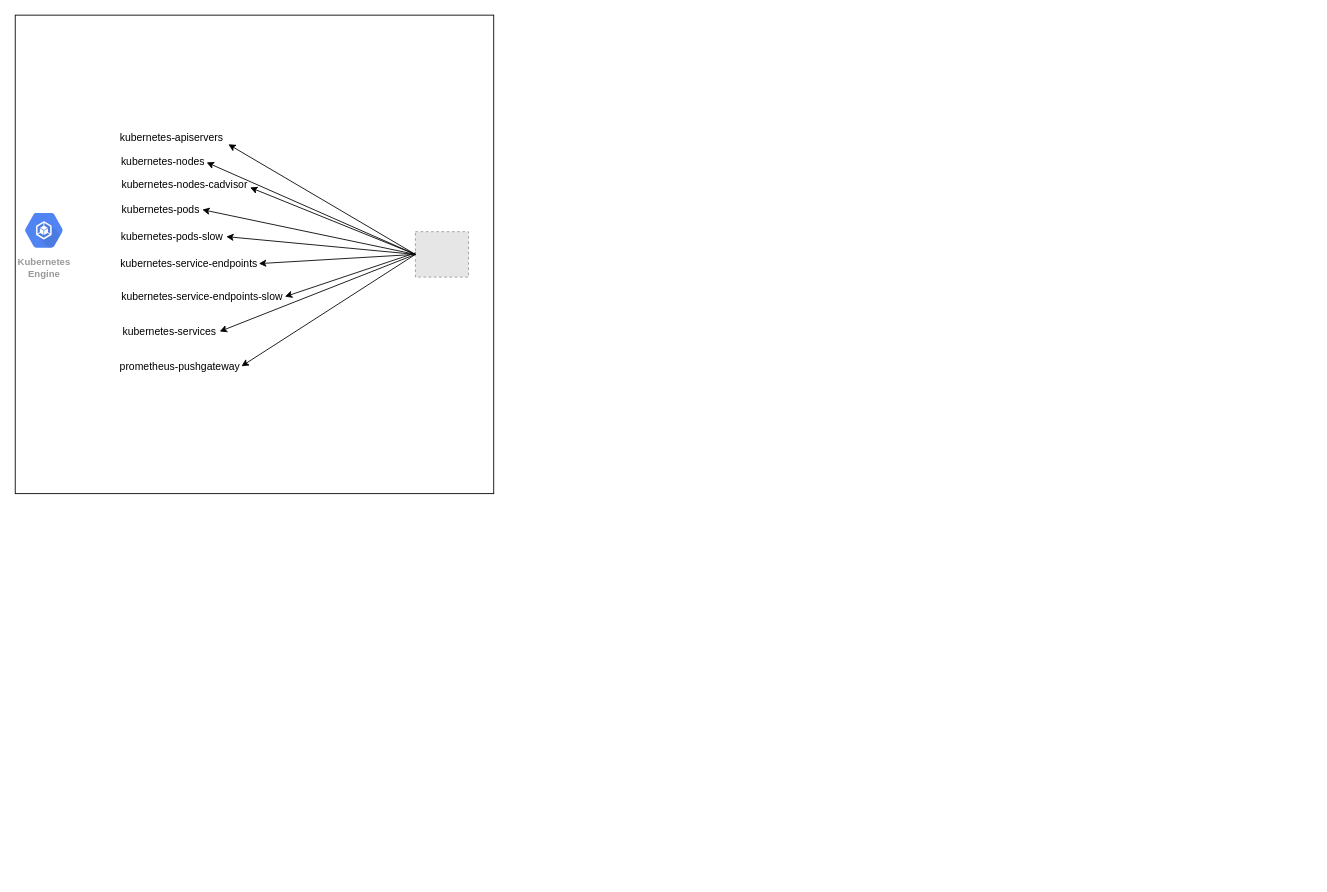
The draw.io diagram monitoring.drawio in rpksh/helloworld, before the edit. Source tidied: cells renumbered, new cells numbered last; positions are measured from the earlier drawing's top-left corner, leaving out a move shared by most shapes. Both pictures are drawn from the tidied source at 87%, with x=0, y=0 at pixel (15, 15). Pictures stored in the file or linked from it are replaced by grey dashed boxes.
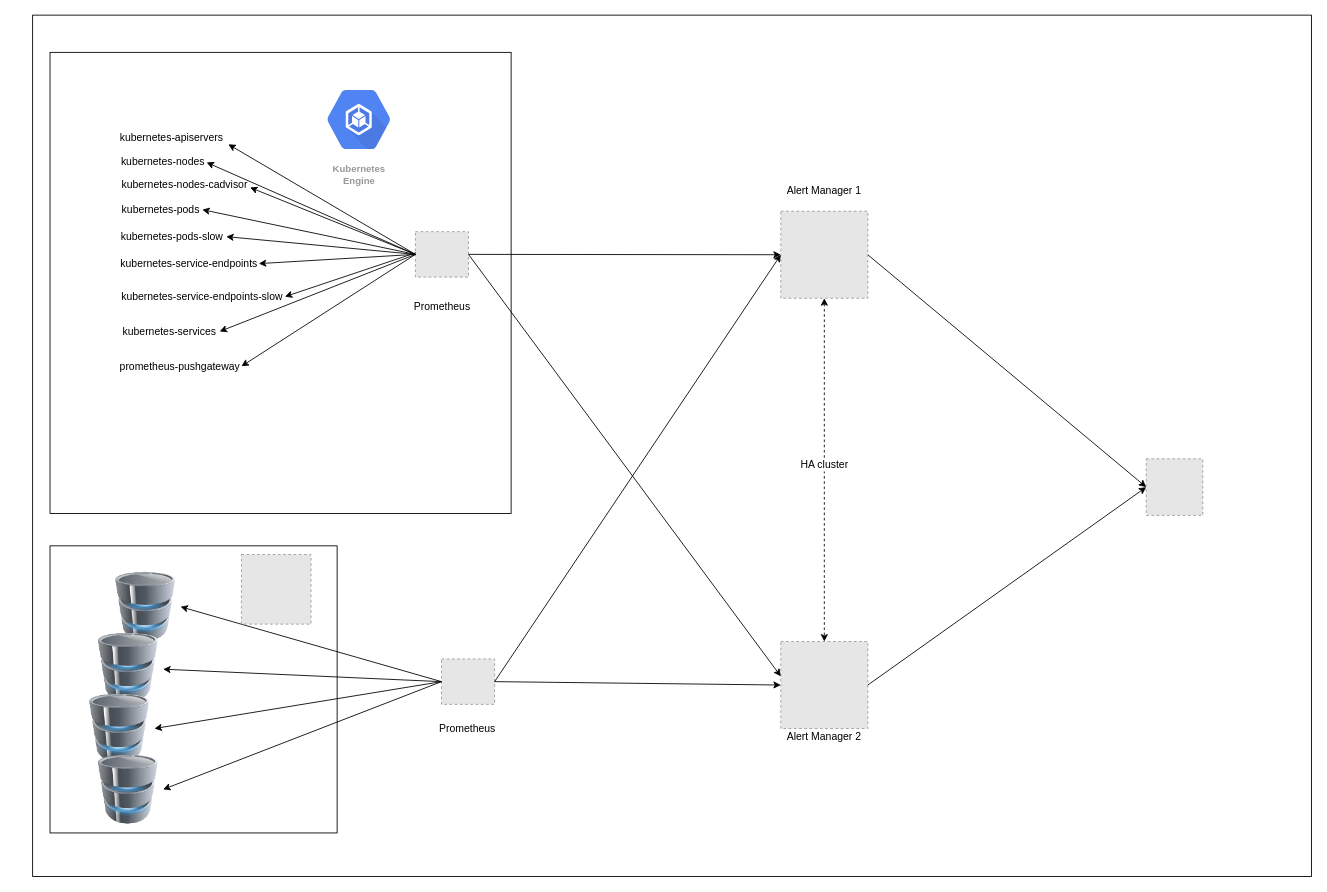
The same diagram, later.

Unchanged cells that the change refers to:
```xml
<mxCell id="13" style="fillColor=#E6E6E6;strokeColor=#999999;dashed=1;verticalLabelPosition=bottom;labelBackgroundColor=#ffffff;verticalAlign=top;" parent="1" vertex="1">
  <mxGeometry x="460" y="248.8" width="61" height="52.2" as="geometry" />
</mxCell>
```

Change to the diagram source:
```diff
@@
+    <mxCell id="23" style="rounded=0;whiteSpace=wrap;html=1;" parent="1" vertex="1">
+      <mxGeometry x="20" y="-0.1" width="1470" height="990" as="geometry" />
+    </mxCell>
+    <mxCell id="24" style="whiteSpace=wrap;html=1;" parent="1" vertex="1">
+      <mxGeometry x="40" y="609.9" width="330" height="330" as="geometry" />
+    </mxCell>
     <mxCell id="2" style="whiteSpace=wrap;html=1;" parent="1" vertex="1">
-      <mxGeometry y="-0.1" width="550" height="550" as="geometry" />
+      <mxGeometry x="40" y="42.7" width="530" height="530" as="geometry" />
     </mxCell>
     <mxCell id="3" value="Kubernetes&#10;Engine" style="html=1;fillColor=#5184F3;strokeColor=none;verticalAlign=top;labelPosition=center;verticalLabelPosition=bottom;align=center;spacingTop=-6;fontSize=11;fontStyle=1;fontColor=#999999;shape=mxgraph.gcp2.hexIcon;prIcon=container_engine;" parent="1" vertex="1">
-      <mxGeometry y="218" width="66" height="58.5" as="geometry" />
+      <mxGeometry x="340" y="69.9" width="110" height="100" as="geometry" />
     </mxCell>
@@
+    <mxCell id="25" style="fillColor=#E6E6E6;strokeColor=#999999;dashed=1;verticalLabelPosition=bottom;labelBackgroundColor=#ffffff;verticalAlign=top;" parent="1" vertex="1">
+      <mxGeometry x="490" y="739.9" width="61" height="52.2" as="geometry" />
+    </mxCell>
+    <mxCell id="26" style="image;html=1;labelBackgroundColor=#ffffff;image=img/lib/clip_art/computers/Database_128x128.png;" parent="1" vertex="1">
+      <mxGeometry x="110" y="639.9" width="80" height="80" as="geometry" />
+    </mxCell>
+    <mxCell id="27" style="endArrow=none;html=1;entryX=0;entryY=0.5;entryDx=0;entryDy=0;startArrow=classic;startFill=1;endFill=0;exitX=1;exitY=0.5;exitDx=0;exitDy=0;" parent="1" edge="1" source="26" target="25">
+      <mxGeometry relative="1" as="geometry" />
+    </mxCell>
+    <mxCell id="28" style="image;html=1;labelBackgroundColor=#ffffff;image=img/lib/clip_art/computers/Database_128x128.png;" parent="1" vertex="1">
+      <mxGeometry x="90" y="709.9" width="80" height="80" as="geometry" />
+    </mxCell>
+    <mxCell id="29" style="endArrow=none;html=1;entryX=0;entryY=0.5;entryDx=0;entryDy=0;startArrow=classic;startFill=1;endFill=0;" parent="1" edge="1" source="28" target="25">
+      <mxGeometry relative="1" as="geometry" />
+    </mxCell>
+    <mxCell id="30" style="image;html=1;labelBackgroundColor=#ffffff;image=img/lib/clip_art/computers/Database_128x128.png;" parent="1" vertex="1">
+      <mxGeometry x="80" y="779.9" width="80" height="80" as="geometry" />
+    </mxCell>
+    <mxCell id="31" style="endArrow=none;html=1;entryX=0;entryY=0.5;entryDx=0;entryDy=0;startArrow=classic;startFill=1;endFill=0;exitX=1;exitY=0.5;exitDx=0;exitDy=0;" parent="1" edge="1" source="30" target="25">
+      <mxGeometry relative="1" as="geometry" />
+    </mxCell>
+    <mxCell id="32" style="image;html=1;labelBackgroundColor=#ffffff;image=img/lib/clip_art/computers/Database_128x128.png;" parent="1" vertex="1">
+      <mxGeometry x="90" y="849.9" width="80" height="80" as="geometry" />
+    </mxCell>
+    <mxCell id="33" style="endArrow=none;html=1;startArrow=classic;startFill=1;endFill=0;exitX=1;exitY=0.5;exitDx=0;exitDy=0;entryX=0;entryY=0.5;entryDx=0;entryDy=0;" parent="1" edge="1" source="32" target="25">
+      <mxGeometry relative="1" as="geometry" />
+    </mxCell>
+    <mxCell id="34" style="fillColor=#E6E6E6;strokeColor=#999999;dashed=1;verticalLabelPosition=bottom;labelBackgroundColor=#ffffff;verticalAlign=top;" parent="1" vertex="1">
+      <mxGeometry x="260" y="619.9" width="80" height="80" as="geometry" />
+    </mxCell>
+    <mxCell id="35" style="edgeStyle=orthogonalEdgeStyle;rounded=0;jettySize=auto;html=1;entryX=0.5;entryY=0;entryDx=0;entryDy=0;startArrow=classic;startFill=1;endArrow=classic;endFill=1;dashed=1;" parent="1" edge="1" source="37" target="38">
+      <mxGeometry relative="1" as="geometry" />
+    </mxCell>
+    <mxCell id="36" value="HA cluster" style="text;html=1;align=center;verticalAlign=middle;labelBackgroundColor=#ffffff;" parent="35" vertex="1">
+      <mxGeometry x="-0.03" y="-1" relative="1" as="geometry" />
+    </mxCell>
+    <mxCell id="37" style="fillColor=#E6E6E6;strokeColor=#999999;dashed=1;verticalLabelPosition=bottom;labelBackgroundColor=#ffffff;verticalAlign=top;" parent="1" vertex="1">
+      <mxGeometry x="880" y="225.3" width="100" height="100" as="geometry" />
+    </mxCell>
+    <mxCell id="38" style="fillColor=#E6E6E6;strokeColor=#999999;dashed=1;verticalLabelPosition=bottom;labelBackgroundColor=#ffffff;verticalAlign=top;" parent="1" vertex="1">
+      <mxGeometry x="880" y="719.9" width="100" height="100" as="geometry" />
+    </mxCell>
+    <mxCell id="39" style="endArrow=classic;html=1;entryX=0;entryY=0.5;entryDx=0;entryDy=0;exitX=1;exitY=0.5;exitDx=0;exitDy=0;" parent="1" edge="1" source="25" target="37">
+      <mxGeometry relative="1" as="geometry" />
+    </mxCell>
+    <mxCell id="40" style="endArrow=classic;html=1;entryX=0;entryY=0.5;entryDx=0;entryDy=0;exitX=1;exitY=0.5;exitDx=0;exitDy=0;" parent="1" edge="1" source="25" target="38">
+      <mxGeometry relative="1" as="geometry" />
+    </mxCell>
+    <mxCell id="41" style="endArrow=classic;html=1;entryX=0;entryY=0.5;entryDx=0;entryDy=0;exitX=1;exitY=0.5;exitDx=0;exitDy=0;" parent="1" edge="1" source="13" target="37">
+      <mxGeometry relative="1" as="geometry" />
+    </mxCell>
+    <mxCell id="42" style="endArrow=classic;html=1;exitX=1;exitY=0.5;exitDx=0;exitDy=0;" parent="1" edge="1" source="13">
+      <mxGeometry relative="1" as="geometry">
+        <mxPoint x="880" y="759.9" as="targetPoint" />
+      </mxGeometry>
+    </mxCell>
+    <mxCell id="43" value="Alert Manager 1" style="text;html=1;strokeColor=none;fillColor=none;align=center;verticalAlign=middle;whiteSpace=wrap;rounded=0;" parent="1" vertex="1">
+      <mxGeometry x="880" y="192.3" width="100" height="20" as="geometry" />
+    </mxCell>
+    <mxCell id="44" value="Alert Manager 2" style="text;html=1;strokeColor=none;fillColor=none;align=center;verticalAlign=middle;whiteSpace=wrap;rounded=0;" parent="1" vertex="1">
+      <mxGeometry x="880" y="819.9" width="100" height="20" as="geometry" />
+    </mxCell>
+    <mxCell id="45" style="fillColor=#E6E6E6;strokeColor=#999999;dashed=1;verticalLabelPosition=bottom;labelBackgroundColor=#ffffff;verticalAlign=top;" parent="1" vertex="1">
+      <mxGeometry x="1300" y="509.9" width="65" height="65" as="geometry" />
+    </mxCell>
+    <mxCell id="46" style="endArrow=classic;html=1;entryX=0;entryY=0.5;entryDx=0;entryDy=0;exitX=1;exitY=0.5;exitDx=0;exitDy=0;" parent="1" edge="1" source="37" target="45">
+      <mxGeometry relative="1" as="geometry" />
+    </mxCell>
+    <mxCell id="47" style="endArrow=classic;html=1;entryX=0;entryY=0.5;entryDx=0;entryDy=0;exitX=1;exitY=0.5;exitDx=0;exitDy=0;" parent="1" edge="1" source="38" target="45">
+      <mxGeometry relative="1" as="geometry" />
+    </mxCell>
+    <mxCell id="48" value="Prometheus" style="text;html=1;strokeColor=none;fillColor=none;align=center;verticalAlign=middle;whiteSpace=wrap;rounded=0;" parent="1" vertex="1">
+      <mxGeometry x="440.5" y="325.3" width="100" height="20" as="geometry" />
+    </mxCell>
+    <mxCell id="49" value="Prometheus" style="text;html=1;strokeColor=none;fillColor=none;align=center;verticalAlign=middle;whiteSpace=wrap;rounded=0;" parent="1" vertex="1">
+      <mxGeometry x="470" y="809.9" width="100" height="20" as="geometry" />
+    </mxCell>
```
